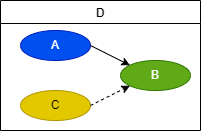
Earlier version of the draw.io export Language/png/Seq8.dio.png (DualsoftDev/ds). Source tidied: cells renumbered, new cells last; positions are measured from the earlier drawing's top-left corner, leaving out a move shared by most shapes.
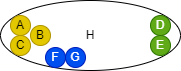
Above is the later version.

Change to the diagram source:
```diff
@@ -2,23 +2,29 @@
   <root>
     <mxCell id="0" />
     <mxCell id="1" parent="0" />
+    <mxCell id="8" value="H" style="ellipse;whiteSpace=wrap;html=1;" parent="1" vertex="1">
+      <mxGeometry x="-150" y="-15" width="180" height="70" as="geometry" />
+    </mxCell>
-    <mxCell id="2" value="D" style="swimlane;" parent="1" vertex="1">
-      <mxGeometry width="200" height="130" as="geometry" />
+    <mxCell id="2" value="D" style="ellipse;whiteSpace=wrap;html=1;fillColor=#60a917;fontColor=#ffffff;strokeColor=#2D7600;" parent="1" vertex="1">
+      <mxGeometry width="20" height="20" as="geometry" />
     </mxCell>
+    <mxCell id="9" value="E" style="ellipse;whiteSpace=wrap;html=1;fillColor=#60a917;fontColor=#ffffff;strokeColor=#2D7600;" parent="1" vertex="1">
+      <mxGeometry y="20" width="20" height="20" as="geometry" />
+    </mxCell>
-    <mxCell id="3" value="A" style="ellipse;whiteSpace=wrap;html=1;fillColor=#0050ef;fontColor=#ffffff;strokeColor=#001DBC;" parent="2" vertex="1">
-      <mxGeometry x="20" y="30" width="70" height="30" as="geometry" />
+    <mxCell id="3" value="A" style="ellipse;whiteSpace=wrap;html=1;fillColor=#e3c800;fontColor=#000000;strokeColor=#B09500;" parent="1" vertex="1">
+      <mxGeometry x="-140" width="20" height="20" as="geometry" />
     </mxCell>
-    <mxCell id="4" value="B" style="ellipse;whiteSpace=wrap;html=1;fillColor=#60a917;fontColor=#ffffff;strokeColor=#2D7600;" parent="2" vertex="1">
-      <mxGeometry x="120" y="60" width="70" height="30" as="geometry" />
+    <mxCell id="4" value="B" style="ellipse;whiteSpace=wrap;html=1;fillColor=#e3c800;fontColor=#000000;strokeColor=#B09500;" parent="1" vertex="1">
+      <mxGeometry x="-120" y="10" width="20" height="20" as="geometry" />
     </mxCell>
-    <mxCell id="5" style="edgeStyle=none;html=1;exitX=1;exitY=0.5;exitDx=0;exitDy=0;entryX=0;entryY=0;entryDx=0;entryDy=0;" parent="2" edge="1" source="3" target="4">
-      <mxGeometry relative="1" as="geometry" />
-    </mxCell>
-    <mxCell id="6" value="C" style="ellipse;whiteSpace=wrap;html=1;fillColor=#e3c800;fontColor=#000000;strokeColor=#B09500;" parent="2" vertex="1">
-      <mxGeometry x="20" y="90" width="70" height="30" as="geometry" />
+    <mxCell id="6" value="C" style="ellipse;whiteSpace=wrap;html=1;fillColor=#e3c800;fontColor=#000000;strokeColor=#B09500;" parent="1" vertex="1">
+      <mxGeometry x="-140" y="20" width="20" height="20" as="geometry" />
     </mxCell>
-    <mxCell id="7" style="edgeStyle=none;html=1;exitX=1;exitY=0.5;exitDx=0;exitDy=0;entryX=0;entryY=1;entryDx=0;entryDy=0;dashed=1;" parent="2" edge="1" source="6" target="4">
-      <mxGeometry relative="1" as="geometry" />
-    </mxCell>
+    <mxCell id="10" value="G" style="ellipse;whiteSpace=wrap;html=1;fillColor=#0050ef;fontColor=#ffffff;strokeColor=#001DBC;" parent="1" vertex="1">
+      <mxGeometry x="-85" y="32" width="20" height="20" as="geometry" />
+    </mxCell>
+    <mxCell id="11" value="F" style="ellipse;whiteSpace=wrap;html=1;fillColor=#0050ef;fontColor=#ffffff;strokeColor=#001DBC;" parent="1" vertex="1">
+      <mxGeometry x="-105" y="32" width="20" height="20" as="geometry" />
+    </mxCell>
   </root>
 </mxGraphModel>
```
